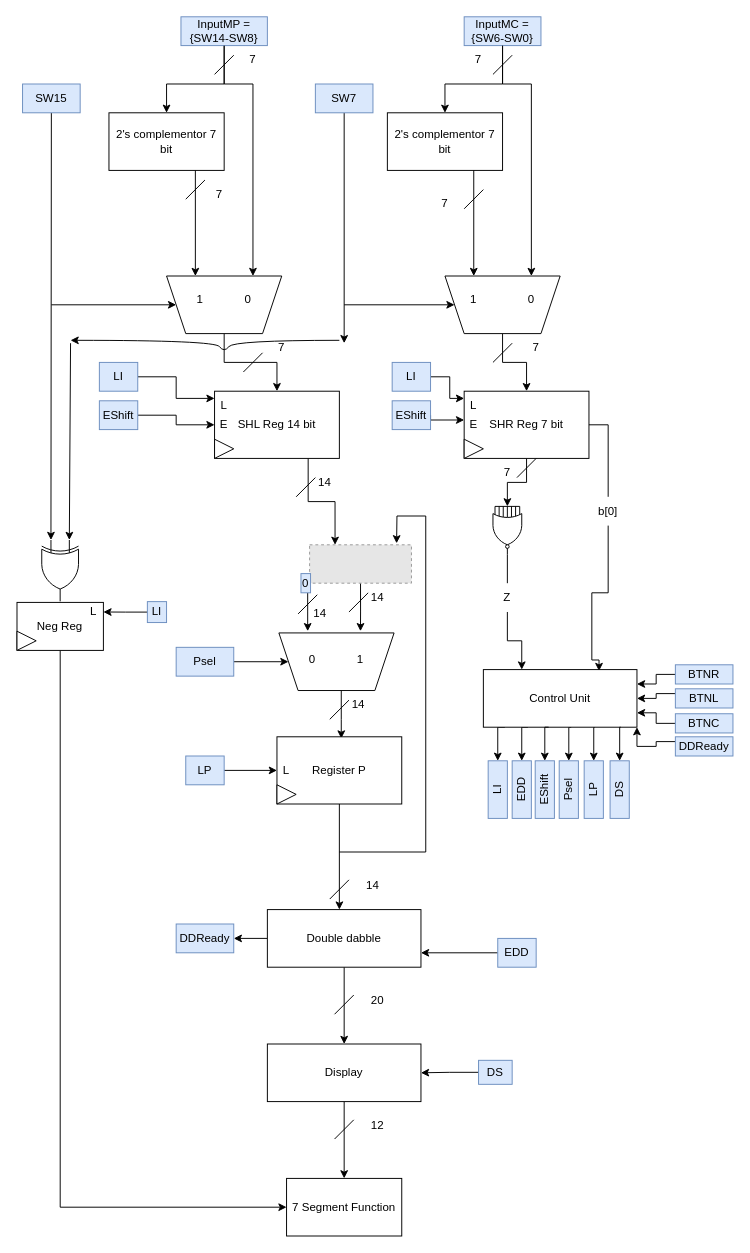
This is BlockDiagram.drawio from iRustom/Sequential-Signed-Multiplier, a draw.io file, before an edit. Source tidied: cells renumbered, new cells numbered last; positions are measured from the earlier drawing's top-left corner, leaving out a move shared by most shapes. Both pictures are drawn from the tidied source at 96%, with x=0, y=0 at pixel (16, 16). Pictures stored in the file or linked from it are replaced by grey dashed boxes.
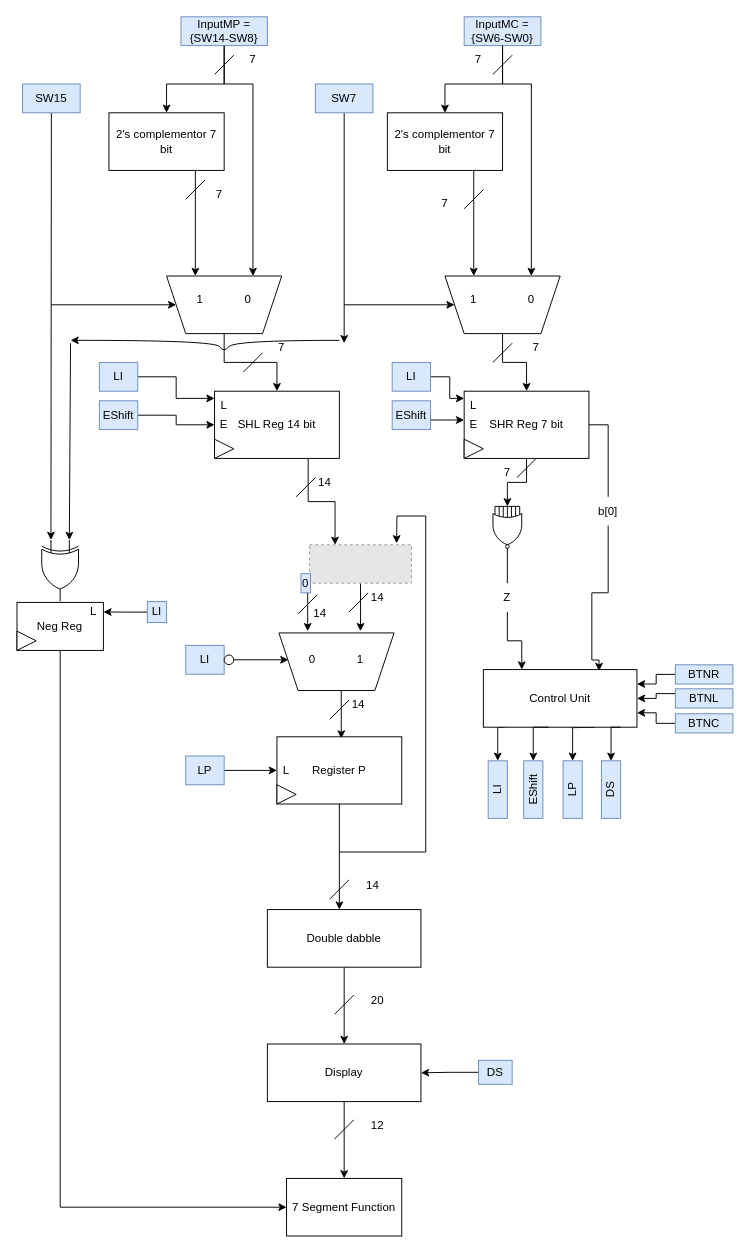
The same diagram, later.

Commit message (it also covers changes not shown here):
Removed EDD, DDReady, Psel from the block diagram.

Unchanged cells that the change refers to:
```xml
<mxCell id="71" value="Control Unit" style="rounded=0;whiteSpace=wrap;html=1;points=[[0,0,0,0,0],[0,0.25,0,0,0],[0,0.5,0,0,0],[0,0.75,0,0,0],[0,1,0,0,0],[0.14,1,0,0,0],[0.25,0,0,0,0],[0.29,1,0,0,0],[0.46,1,0,0,0],[0.5,0,0,0,0],[0.65,0,0,0,0],[0.65,1,0,0,0],[0.75,0,0,0,0],[0.84,1,0,0,0],[1,0,0,0,0],[1,0.25,0,0,0],[1,0.5,0,0,0],[1,0.75,0,0,0],[1,1,0,0,0]];" parent="1" vertex="1">
  <mxGeometry x="486" y="680" width="160" height="60" as="geometry" />
</mxCell>
<mxCell id="72" style="shape=trapezoid;perimeter=trapezoidPerimeter;whiteSpace=wrap;html=1;fixedSize=1;rotation=-180;" parent="1" vertex="1">
  <mxGeometry x="273" y="641.8" width="120" height="60" as="geometry" />
</mxCell>
<mxCell id="112" value="Double dabble" style="rounded=0;whiteSpace=wrap;html=1;" parent="1" vertex="1">
  <mxGeometry x="261" y="930" width="160" height="60" as="geometry" />
</mxCell>
```

The edit, as a diff of the source:
```diff
@@
-    <mxCell id="68" style="edgeStyle=orthogonalEdgeStyle;rounded=0;jettySize=auto;html=1;exitX=0.29;exitY=1;exitDx=0;exitDy=0;exitPerimeter=0;entryX=1;entryY=0.5;entryDx=0;entryDy=0;" parent="1" edge="1" source="71" target="94">
-      <mxGeometry relative="1" as="geometry" />
-    </mxCell>
-    <mxCell id="69" style="edgeStyle=orthogonalEdgeStyle;rounded=0;jettySize=auto;html=1;exitX=0.65;exitY=1;exitDx=0;exitDy=0;exitPerimeter=0;entryX=1;entryY=0.5;entryDx=0;entryDy=0;" parent="1" edge="1" target="95">
-      <mxGeometry relative="1" as="geometry">
-        <mxPoint x="577.5" y="740" as="sourcePoint" />
-      </mxGeometry>
-    </mxCell>
@@
-    <mxCell id="91" style="edgeStyle=orthogonalEdgeStyle;rounded=0;jettySize=auto;html=1;exitX=1;exitY=0.5;exitDx=0;exitDy=0;entryX=1;entryY=0.5;entryDx=0;entryDy=0;" parent="1" edge="1" source="92" target="72">
-      <mxGeometry relative="1" as="geometry" />
+    <mxCell id="91" style="edgeStyle=orthogonalEdgeStyle;rounded=0;orthogonalLoop=1;jettySize=auto;html=1;exitX=1;exitY=0.5;exitDx=0;exitDy=0;entryX=1;entryY=0.5;entryDx=0;entryDy=0;" parent="1" edge="1">
+      <mxGeometry relative="1" as="geometry">
+        <mxPoint x="226" y="669.8" as="sourcePoint" />
+        <mxPoint x="283" y="669.8" as="targetPoint" />
+      </mxGeometry>
     </mxCell>
-    <mxCell id="92" value="Psel" style="text;html=1;strokeColor=#6c8ebf;fillColor=#dae8fc;align=center;verticalAlign=middle;whiteSpace=wrap;rounded=0;" parent="1" vertex="1">
-      <mxGeometry x="166" y="656.8" width="60" height="30" as="geometry" />
-    </mxCell>
@@
-    <mxCell id="94" value="EDD" style="text;html=1;strokeColor=#6c8ebf;fillColor=#dae8fc;align=center;verticalAlign=middle;whiteSpace=wrap;rounded=0;rotation=-90;" parent="1" vertex="1">
-      <mxGeometry x="496" y="795" width="60" height="20" as="geometry" />
-    </mxCell>
-    <mxCell id="95" value="Psel" style="text;html=1;strokeColor=#6c8ebf;fillColor=#dae8fc;align=center;verticalAlign=middle;whiteSpace=wrap;rounded=0;rotation=-90;" parent="1" vertex="1">
-      <mxGeometry x="545" y="795" width="60" height="20" as="geometry" />
-    </mxCell>
     <mxCell id="96" value="LP" style="text;html=1;strokeColor=#6c8ebf;fillColor=#dae8fc;align=center;verticalAlign=middle;whiteSpace=wrap;rounded=0;rotation=-90;" parent="1" vertex="1">
-      <mxGeometry x="571" y="795" width="60" height="20" as="geometry" />
+      <mxGeometry x="549" y="795" width="60" height="20" as="geometry" />
     </mxCell>
@@
-    <mxCell id="111" style="edgeStyle=orthogonalEdgeStyle;rounded=0;jettySize=auto;html=1;exitX=0;exitY=0.5;exitDx=0;exitDy=0;entryX=1;entryY=0.5;entryDx=0;entryDy=0;" parent="1" edge="1" source="112" target="134">
-      <mxGeometry relative="1" as="geometry" />
-    </mxCell>
@@
     <mxCell id="123" value="DS" style="text;html=1;strokeColor=#6c8ebf;fillColor=#dae8fc;align=center;verticalAlign=middle;whiteSpace=wrap;rounded=0;rotation=-90;" parent="1" vertex="1">
-      <mxGeometry x="598" y="795" width="60" height="20" as="geometry" />
+      <mxGeometry x="589" y="795" width="60" height="20" as="geometry" />
     </mxCell>
@@
-    <mxCell id="130" style="edgeStyle=orthogonalEdgeStyle;rounded=0;jettySize=auto;html=1;exitX=0;exitY=0.5;exitDx=0;exitDy=0;entryX=1;entryY=0.75;entryDx=0;entryDy=0;" parent="1" edge="1" source="131" target="112">
-      <mxGeometry relative="1" as="geometry" />
-    </mxCell>
-    <mxCell id="131" value="EDD" style="text;html=1;strokeColor=#6c8ebf;fillColor=#dae8fc;align=center;verticalAlign=middle;whiteSpace=wrap;rounded=0;" parent="1" vertex="1">
-      <mxGeometry x="501" y="960" width="40" height="30" as="geometry" />
-    </mxCell>
@@
     <mxCell id="133" value="EShift" style="text;html=1;strokeColor=#6c8ebf;fillColor=#dae8fc;align=center;verticalAlign=middle;whiteSpace=wrap;rounded=0;rotation=-90;" parent="1" vertex="1">
-      <mxGeometry x="520" y="795" width="60" height="20" as="geometry" />
+      <mxGeometry x="508" y="795" width="60" height="20" as="geometry" />
     </mxCell>
-    <mxCell id="134" value="DDReady" style="text;html=1;strokeColor=#6c8ebf;fillColor=#dae8fc;align=center;verticalAlign=middle;whiteSpace=wrap;rounded=0;" parent="1" vertex="1">
-      <mxGeometry x="166" y="945" width="60" height="30" as="geometry" />
-    </mxCell>
-    <mxCell id="135" style="edgeStyle=orthogonalEdgeStyle;rounded=0;jettySize=auto;html=1;exitX=0;exitY=0.25;exitDx=0;exitDy=0;entryX=1;entryY=1;entryDx=0;entryDy=0;entryPerimeter=0;" parent="1" edge="1" source="136" target="71">
-      <mxGeometry relative="1" as="geometry" />
-    </mxCell>
-    <mxCell id="136" value="DDReady" style="text;html=1;strokeColor=#6c8ebf;fillColor=#dae8fc;align=center;verticalAlign=middle;whiteSpace=wrap;rounded=0;" parent="1" vertex="1">
-      <mxGeometry x="686" y="750" width="60" height="20" as="geometry" />
-    </mxCell>
+    <mxCell id="137" value="LI" style="text;html=1;strokeColor=#6c8ebf;fillColor=#dae8fc;align=center;verticalAlign=middle;whiteSpace=wrap;rounded=0;" parent="1" vertex="1">
+      <mxGeometry x="176" y="654.8" width="40" height="30" as="geometry" />
+    </mxCell>
+    <mxCell id="138" style="ellipse;whiteSpace=wrap;html=1;" parent="1" vertex="1">
+      <mxGeometry x="216" y="664.8" width="10" height="10" as="geometry" />
+    </mxCell>
```
